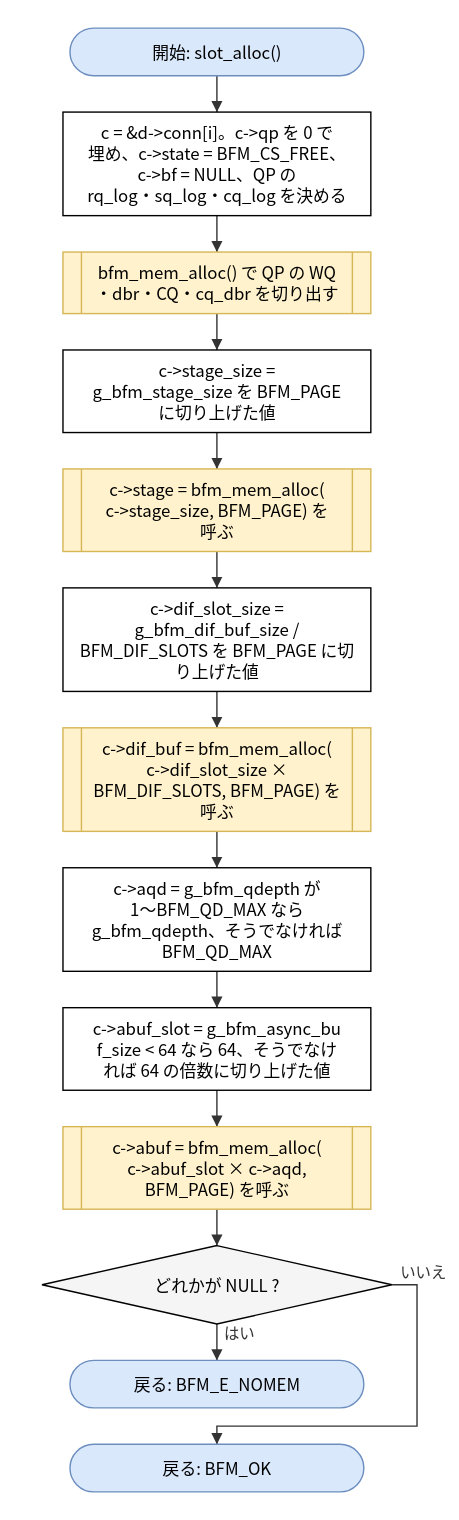
Before: doc/spec/images/flow_src_bfm_cm-slot_alloc.drawio.svg, a diagram exported from draw.io (hf355051012-ai/bfmem). Source tidied: cells renumbered, new cells last; positions are measured from the earlier drawing's top-left corner, leaving out a move shared by most shapes.
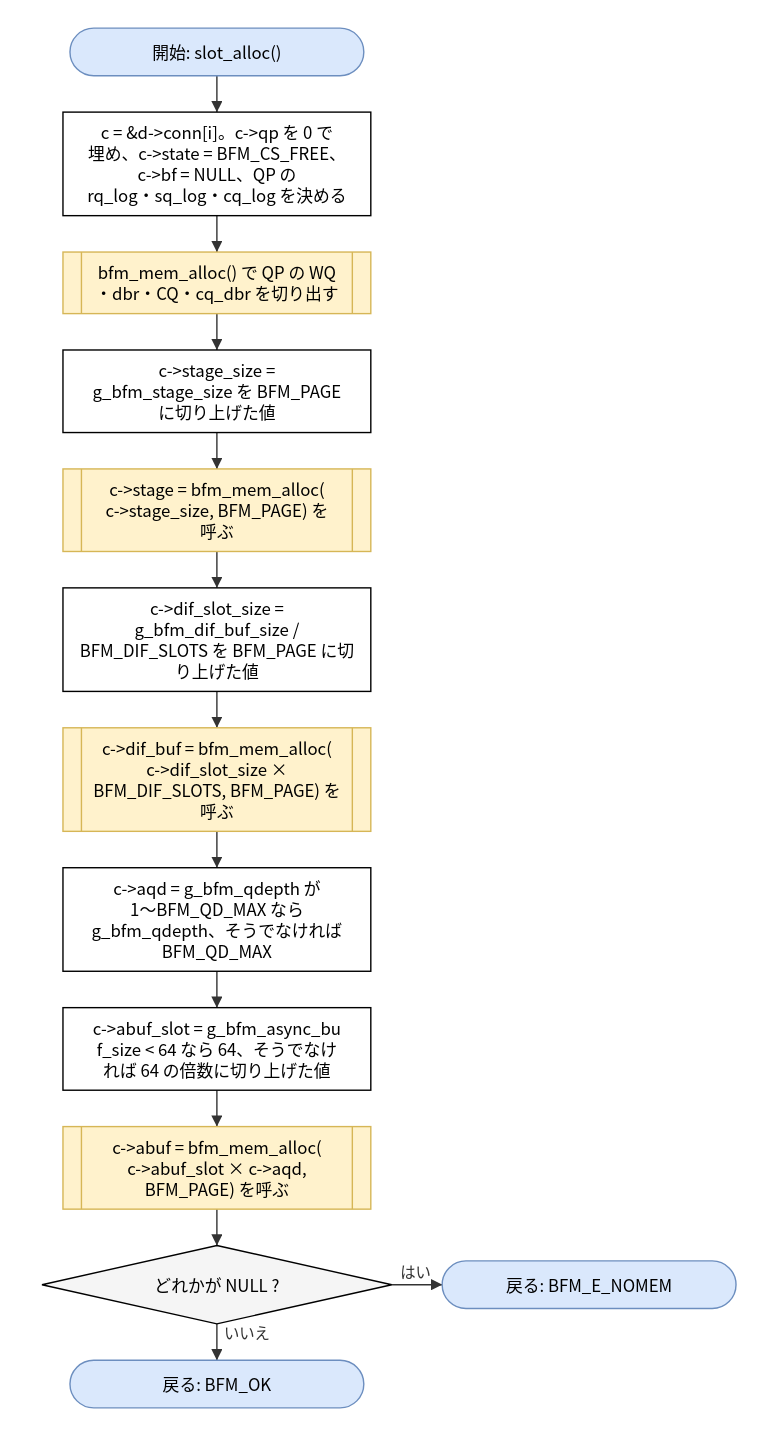
After the commit.

The edit, as a diff of the source:
```diff
@@ -36,10 +36,10 @@
       <mxGeometry y="870" width="250" height="56" as="geometry" />
     </mxCell>
     <mxCell id="13" value="戻る: BFM_E_NOMEM" style="rounded=1;arcSize=50;whiteSpace=wrap;html=1;fillColor=#dae8fc;strokeColor=#6c8ebf;" parent="1" vertex="1">
-      <mxGeometry x="20" y="952" width="210" height="34" as="geometry" />
+      <mxGeometry x="286" y="881" width="210" height="34" as="geometry" />
     </mxCell>
     <mxCell id="14" value="戻る: BFM_OK" style="rounded=1;arcSize=50;whiteSpace=wrap;html=1;fillColor=#dae8fc;strokeColor=#6c8ebf;" parent="1" vertex="1">
-      <mxGeometry x="20" y="1012" width="210" height="34" as="geometry" />
+      <mxGeometry x="20" y="952" width="210" height="34" as="geometry" />
     </mxCell>
     <mxCell id="15" style="edgeStyle=none;html=1;rounded=0;endArrow=block;endFill=1;exitX=0.5000;exitY=1.0000;exitDx=0;exitDy=0;exitPerimeter=0;entryX=0.5000;entryY=0.0000;entryDx=0;entryDy=0;entryPerimeter=0;" parent="1" edge="1" source="2" target="3">
       <mxGeometry relative="1" as="geometry" />
@@ -71,17 +71,11 @@
     <mxCell id="24" style="edgeStyle=none;html=1;rounded=0;endArrow=block;endFill=1;exitX=0.5000;exitY=1.0000;exitDx=0;exitDy=0;exitPerimeter=0;entryX=0.5000;entryY=0.0000;entryDx=0;entryDy=0;entryPerimeter=0;" parent="1" edge="1" source="11" target="12">
       <mxGeometry relative="1" as="geometry" />
     </mxCell>
-    <mxCell id="25" value="はい" style="edgeStyle=none;html=1;rounded=0;endArrow=block;endFill=1;exitX=0.5000;exitY=1.0000;exitDx=0;exitDy=0;exitPerimeter=0;entryX=0.5000;entryY=0.0000;entryDx=0;entryDy=0;entryPerimeter=0;" parent="1" edge="1" source="12" target="13">
+    <mxCell id="25" value="はい" style="edgeStyle=none;html=1;rounded=0;endArrow=block;endFill=1;exitX=1.0000;exitY=0.5000;exitDx=0;exitDy=0;exitPerimeter=0;entryX=0.0000;entryY=0.5000;entryDx=0;entryDy=0;entryPerimeter=0;" parent="1" edge="1" source="12" target="13">
       <mxGeometry relative="1" as="geometry" />
     </mxCell>
-    <mxCell id="26" value="いいえ" style="edgeStyle=none;html=1;rounded=0;endArrow=block;endFill=1;exitX=1.0000;exitY=0.5000;exitDx=0;exitDy=0;exitPerimeter=0;entryX=0.5000;entryY=0.0000;entryDx=0;entryDy=0;entryPerimeter=0;" parent="1" edge="1" source="12" target="14">
-      <mxGeometry relative="1" as="geometry">
-        <Array as="points">
-          <mxPoint x="268" y="898" />
-          <mxPoint x="268" y="999" />
-          <mxPoint x="125" y="999" />
-        </Array>
-      </mxGeometry>
+    <mxCell id="26" value="いいえ" style="edgeStyle=none;html=1;rounded=0;endArrow=block;endFill=1;exitX=0.5000;exitY=1.0000;exitDx=0;exitDy=0;exitPerimeter=0;entryX=0.5000;entryY=0.0000;entryDx=0;entryDy=0;entryPerimeter=0;" parent="1" edge="1" source="12" target="14">
+      <mxGeometry relative="1" as="geometry" />
     </mxCell>
   </root>
 </mxGraphModel>
```
